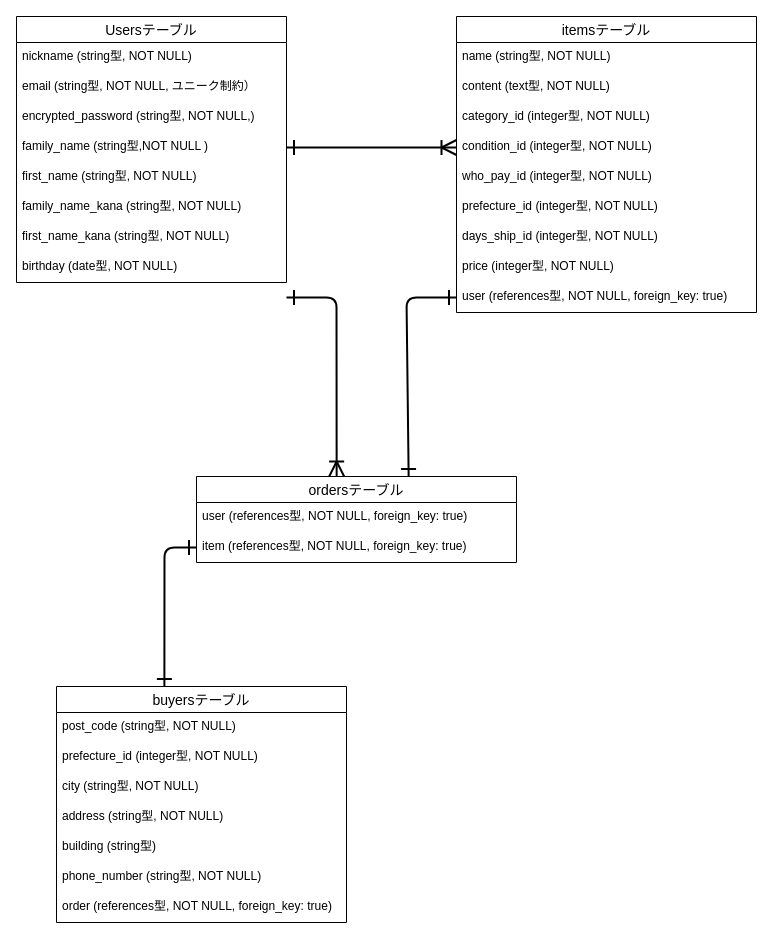
The draw.io diagram furima-38624.dio in inadatoshiki/furima-38624, before the edit. Source tidied: cells renumbered, new cells numbered last; positions are measured from the earlier drawing's top-left corner, leaving out a move shared by most shapes. Both pictures are drawn from the tidied source at 100%, with x=0, y=0 at pixel (16, 16).
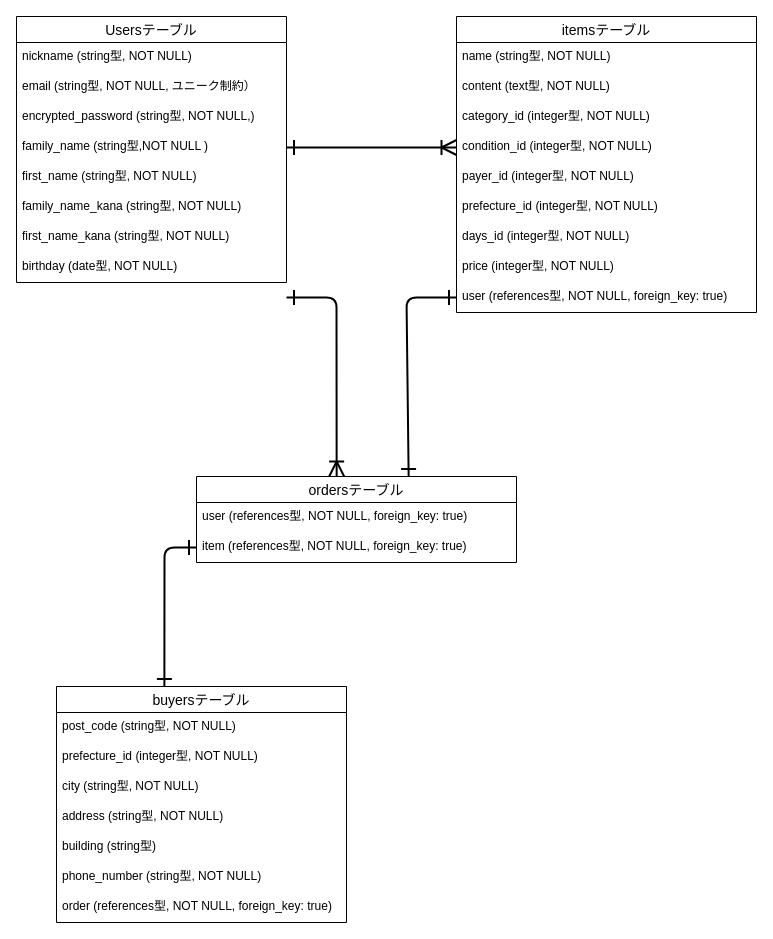
The same page after the edit.

Unchanged cells that the change refers to:
```xml
<mxCell id="11" value="itemsテーブル" style="swimlane;fontStyle=0;horizontal=1;startSize=26;align=center;fontSize=14;" parent="1" vertex="1">
  <mxGeometry x="440" width="300" height="296" as="geometry" />
</mxCell>
```

Diff of the diagram source:
```diff
@@
-    <mxCell id="16" value="who_pay_id (integer型, NOT NULL)" style="text;strokeColor=none;fillColor=none;spacingLeft=4;spacingRight=4;overflow=hidden;fontSize=12;" parent="11" vertex="1">
+    <mxCell id="16" value="payer_id (integer型, NOT NULL)" style="text;strokeColor=none;fillColor=none;spacingLeft=4;spacingRight=4;overflow=hidden;fontSize=12;" parent="11" vertex="1">
       <mxGeometry y="146" width="300" height="30" as="geometry" />
     </mxCell>
@@
-    <mxCell id="18" value="days_ship_id (integer型, NOT NULL)" style="text;strokeColor=none;fillColor=none;spacingLeft=4;spacingRight=4;overflow=hidden;fontSize=12;" parent="11" vertex="1">
+    <mxCell id="18" value="days_id (integer型, NOT NULL)" style="text;strokeColor=none;fillColor=none;spacingLeft=4;spacingRight=4;overflow=hidden;fontSize=12;" parent="11" vertex="1">
       <mxGeometry y="206" width="300" height="30" as="geometry" />
     </mxCell>
```
